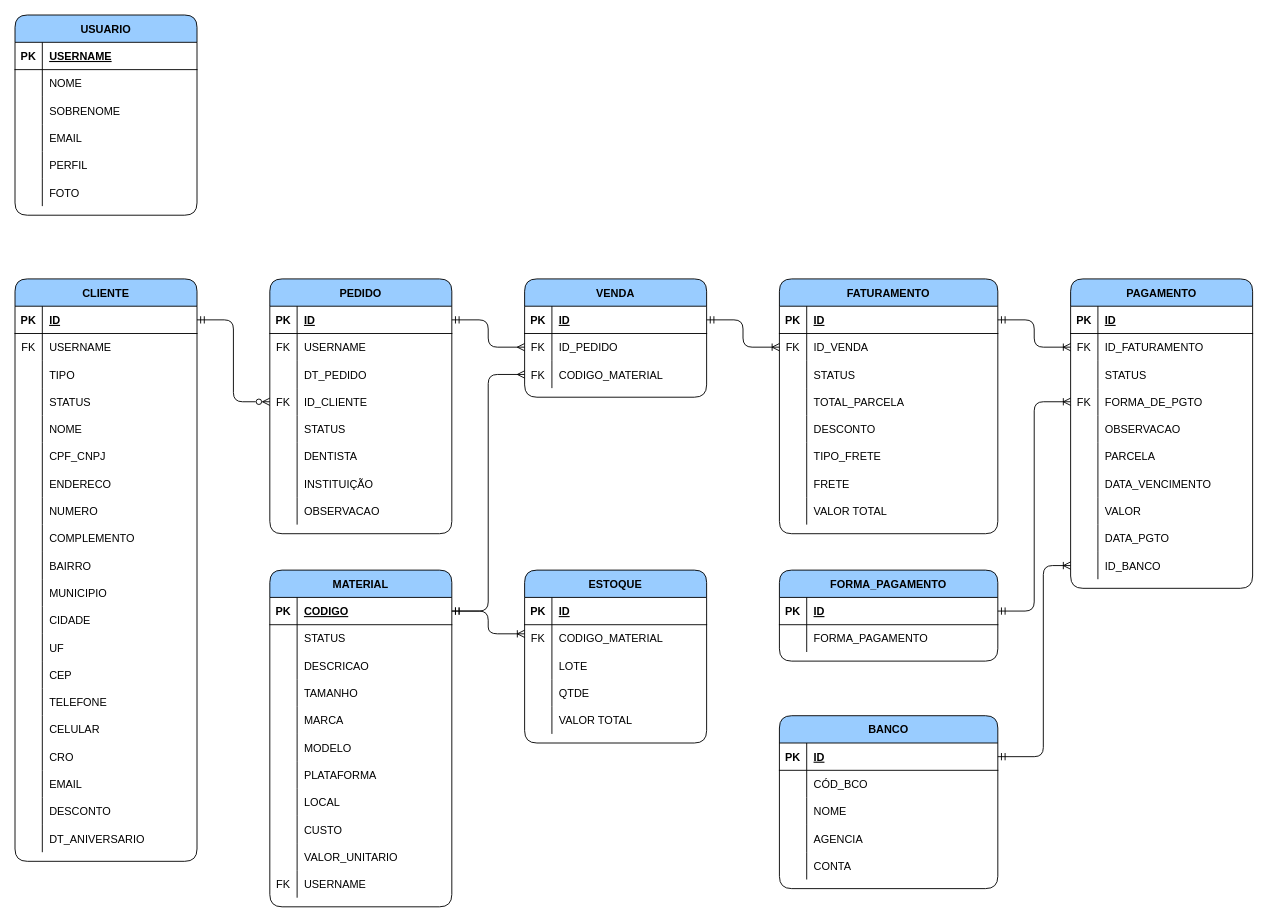
Earlier version of the draw.io diagram page "Entidade de Relacionamento" (3 of 3) of concept/concept.drawio (RenanMatias/macedo-implant-solutions). Source tidied: cells renumbered, new cells numbered last; positions are measured from the earlier drawing's top-left corner, leaving out a move shared by most shapes. Both pictures are drawn from the tidied source at 91%, with x=0, y=0 at pixel (15, 15).
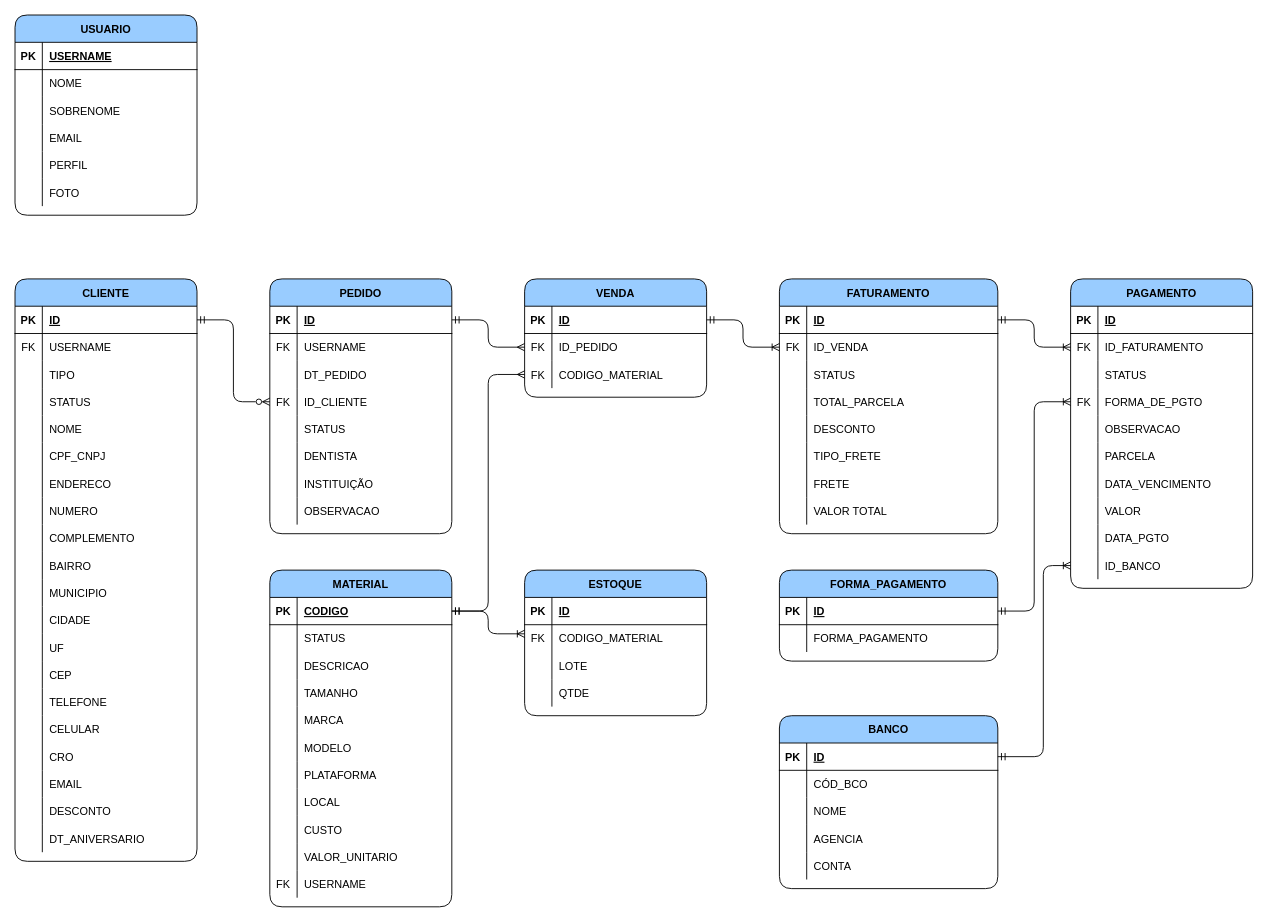
The same diagram, later.

The edit, as a diff of the source:
```diff
@@
     <mxCell id="135" value="ESTOQUE" style="shape=table;startSize=30;childLayout=tableLayout;rowLines=0;fontStyle=1;align=center;rounded=1;shadow=0;sketch=0;fillColor=#99CCFF;" parent="1" vertex="1">
-      <mxGeometry x="560" y="610" width="200" height="190" as="geometry" />
+      <mxGeometry x="560" y="610" width="200" height="160" as="geometry" />
     </mxCell>
@@
-    <mxCell id="148" style="shape=tableRow;horizontal=0;startSize=0;swimlaneHead=0;swimlaneBody=0;fillColor=none;top=0;left=0;right=0;bottom=0;rounded=1;shadow=0;sketch=0;" parent="135" vertex="1">
-      <mxGeometry y="150" width="200" height="30" as="geometry" />
-    </mxCell>
-    <mxCell id="149" style="shape=partialRectangle;fillColor=none;top=0;left=0;bottom=0;right=0;overflow=hidden;rounded=1;shadow=0;sketch=0;" parent="148" vertex="1">
-      <mxGeometry width="30" height="30" as="geometry" />
-    </mxCell>
-    <mxCell id="150" value="VALOR TOTAL" style="shape=partialRectangle;fillColor=none;top=0;left=0;bottom=0;right=0;align=left;spacingLeft=6;overflow=hidden;rounded=1;shadow=0;sketch=0;" parent="148" vertex="1">
-      <mxGeometry x="30" width="170" height="30" as="geometry" />
-    </mxCell>
```
